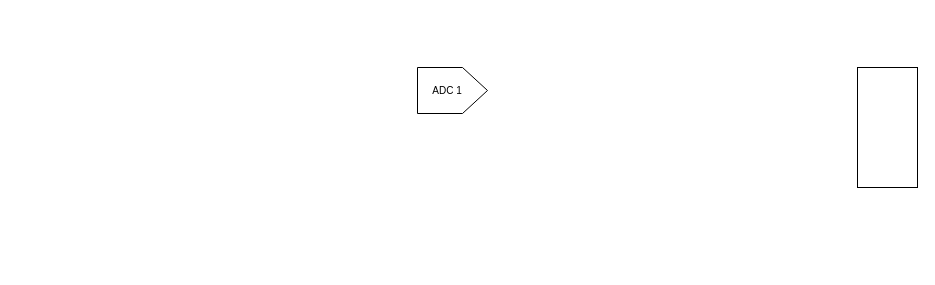
MoriARosland/sensor-lab keeps this draw.io diagram as lab1/Untitled Diagram.drawio. Above is the earlier version. Source tidied: cells renumbered, new cells numbered last; positions are measured from the earlier drawing's top-left corner, leaving out a move shared by most shapes. Both pictures are drawn from the tidied source at 100%, with x=0, y=0 at pixel (417, 67).
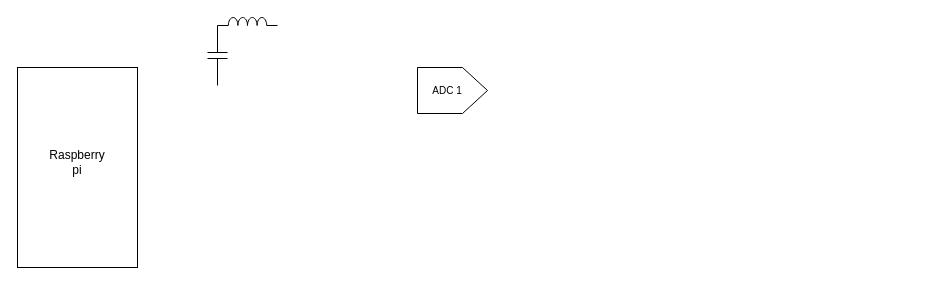
The same diagram, later.

Diff of the diagram source:
```diff
@@
 <mxGraphModel>
   <root>
     <mxCell id="0" />
     <mxCell id="1" parent="0" />
     <mxCell id="2" style="verticalLabelPosition=bottom;shadow=0;dashed=0;align=center;html=1;verticalAlign=top;shape=mxgraph.electrical.abstract.dac;" parent="1" vertex="1">
       <mxGeometry width="70" height="46" as="geometry" />
     </mxCell>
     <mxCell id="3" value="&lt;font style=&quot;font-size: 10px;&quot;&gt;ADC 1&lt;/font&gt;" style="text;html=1;strokeColor=none;fillColor=none;align=center;verticalAlign=middle;whiteSpace=wrap;rounded=0;" parent="1" vertex="1">
       <mxGeometry y="8" width="60" height="30" as="geometry" />
     </mxCell>
     <mxCell id="4" style="rounded=0;whiteSpace=wrap;html=1;rotation=90;" parent="1" vertex="1">
-      <mxGeometry x="410" y="30" width="120" height="60" as="geometry" />
+      <mxGeometry x="-440" y="40" width="200" height="120" as="geometry" />
     </mxCell>
+    <mxCell id="5" value="Raspberry pi" style="text;html=1;strokeColor=none;fillColor=none;align=center;verticalAlign=middle;whiteSpace=wrap;rounded=0;" parent="1" vertex="1">
+      <mxGeometry x="-370" y="80" width="60" height="30" as="geometry" />
+    </mxCell>
+    <mxCell id="6" style="verticalLabelPosition=bottom;shadow=0;dashed=0;align=center;html=1;verticalAlign=top;shape=mxgraph.electrical.inductors.inductor_3;" parent="1" vertex="1">
+      <mxGeometry x="-200" y="-50" width="60" height="8" as="geometry" />
+    </mxCell>
+    <mxCell id="7" style="verticalLabelPosition=bottom;shadow=0;dashed=0;align=center;html=1;verticalAlign=top;shape=mxgraph.electrical.capacitors.capacitor_1;direction=south;" parent="1" vertex="1">
+      <mxGeometry x="-210" y="-42" width="20" height="60" as="geometry" />
+    </mxCell>
   </root>
 </mxGraphModel>
```
